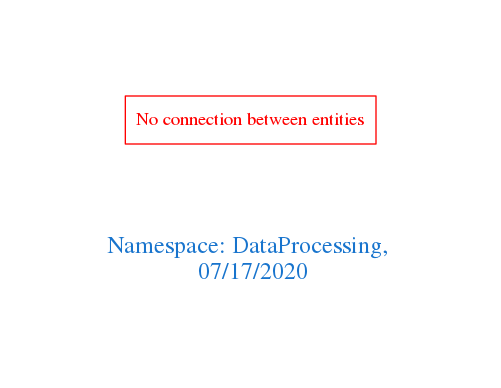
Earlier version of the Graphviz export downloads/DataProcessing.png (arago/OGIT). Its source is kept beside it as downloads/DataProcessing.dot.
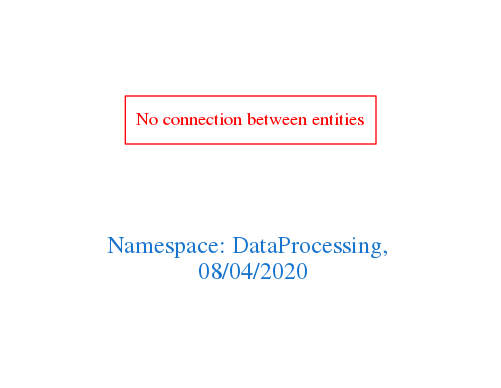
Later version of the same file.

Diff of the diagram source:
```diff
@@ -1,7 +1,7 @@
 digraph OGIT_ontology {
  graph [ rankdir= LR,pad=1
 fontsize = 18,
-fontcolor= dodgerblue3,label = "\n\n\nNamespace: DataProcessing, \n 07/17/2020"];
+fontcolor= dodgerblue3,label = "\n\n\nNamespace: DataProcessing, \n 08/04/2020"];
 node[shape=polygon];
 edge [  color="gray81"];
 
```
